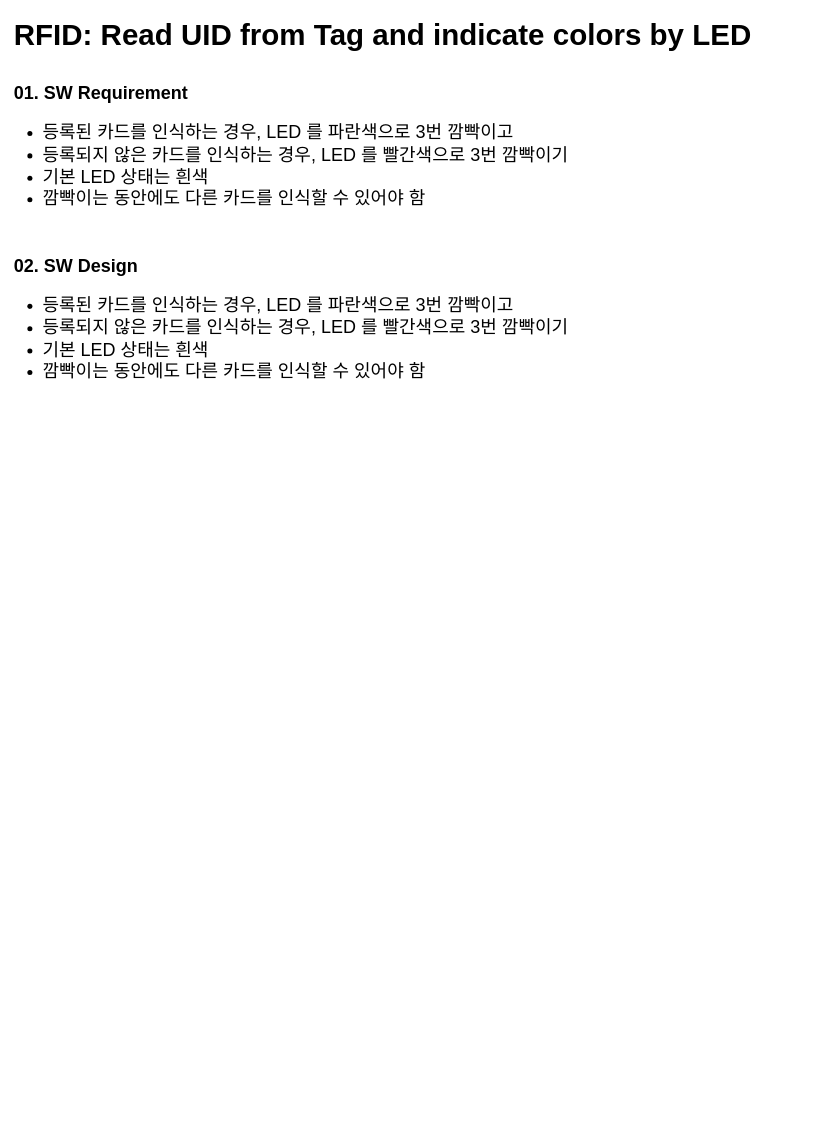
Before: RFID_LED.drawio in JangHyeongJun-0523/IoT_Project, a draw.io diagram. Source tidied: cells renumbered, new cells numbered last; positions are measured from the earlier drawing's top-left corner, leaving out a move shared by most shapes. Both pictures are drawn from the tidied source at 72%, with x=0, y=0 at pixel (12, 12).
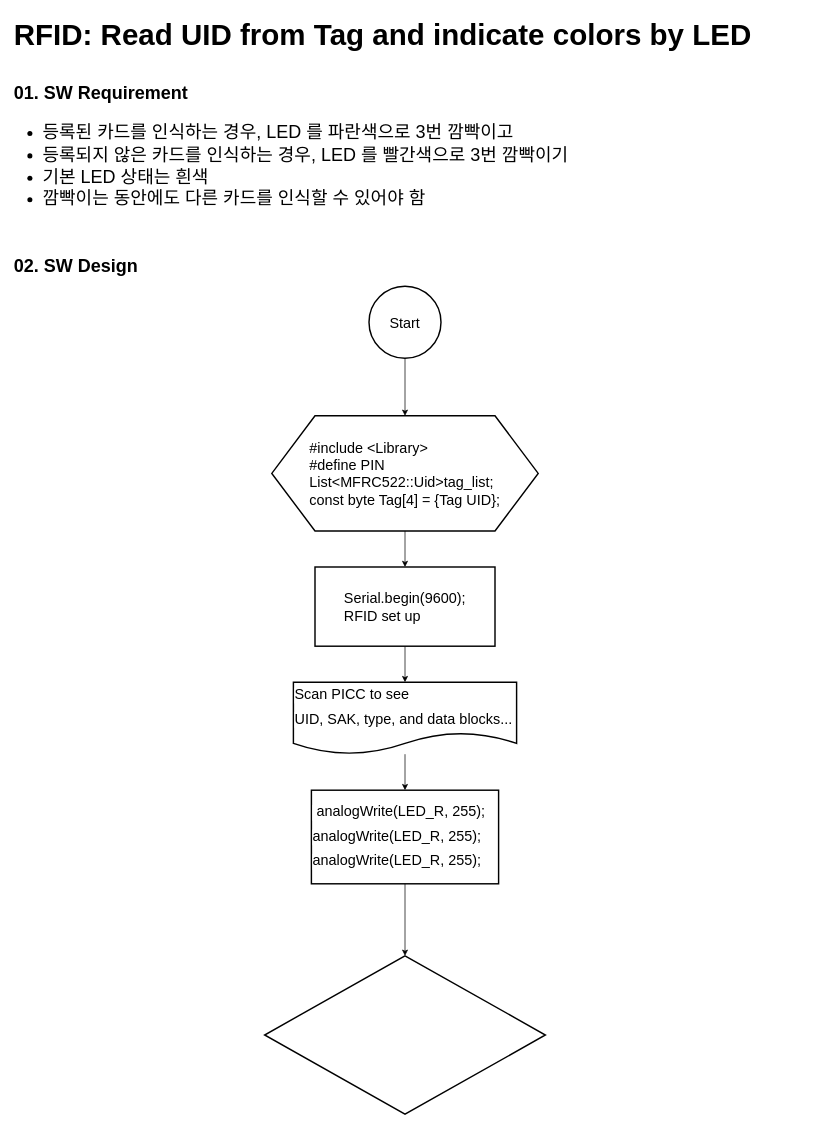
After the change.

The edit, as a diff of the source:
```diff
@@
 <mxGraphModel>
   <root>
     <mxCell id="0" />
     <mxCell id="1" parent="0" />
-    <mxCell id="2" value="&lt;span style=&quot;font-size: 25px; font-weight: 700;&quot;&gt;01. SW Requirement&lt;br&gt;&lt;/span&gt;&lt;h1 style=&quot;margin-top: 0px;&quot;&gt;&lt;ul&gt;&lt;li&gt;&lt;span style=&quot;font-size: 25px; font-weight: 400;&quot;&gt;등록된 카드를 인식하는 경우, LED 를 파란색으로 3번 깜빡이고&lt;/span&gt;&lt;/li&gt;&lt;li&gt;&lt;span style=&quot;font-size: 25px; font-weight: 400;&quot;&gt;등록되지 않은 카드를 인식하는 경우, LED 를 빨간색으로 3번 깜빡이기&lt;/span&gt;&lt;/li&gt;&lt;li&gt;&lt;span style=&quot;font-size: 25px; font-weight: 400;&quot;&gt;기본 LED 상태는 흰색&lt;/span&gt;&lt;/li&gt;&lt;li&gt;&lt;span style=&quot;font-size: 25px; font-weight: 400;&quot;&gt;깜빡이는 동안에도 다른 카드를 인식할 수 있어야 함&lt;/span&gt;&lt;/li&gt;&lt;/ul&gt;&lt;/h1&gt;" style="text;html=1;whiteSpace=wrap;overflow=hidden;rounded=0;" parent="1" vertex="1">
+    <mxCell id="2" value="&lt;span style=&quot;font-size: 25px; font-weight: 700;&quot;&gt;01. SW Requirement&lt;br&gt;&lt;/span&gt;&lt;h1 style=&quot;margin-top: 0px;&quot;&gt;&lt;ul&gt;&lt;li&gt;&lt;span style=&quot;font-size: 25px; font-weight: 400;&quot;&gt;등록된 카드를 인식하는 경우, LED 를 파란색으로 3번 깜빡이고&lt;/span&gt;&lt;/li&gt;&lt;li&gt;&lt;span style=&quot;font-size: 25px; font-weight: 400;&quot;&gt;등록되지 않은 카드를 인식하는 경우, LED 를 빨간색으로 3번 깜빡이기&lt;/span&gt;&lt;/li&gt;&lt;li&gt;&lt;span style=&quot;font-size: 25px; font-weight: 400;&quot;&gt;기본 LED 상태는 흰색&lt;/span&gt;&lt;/li&gt;&lt;li&gt;&lt;span style=&quot;font-size: 25px; font-weight: 400;&quot;&gt;깜빡이는 동안에도 다른 카드를 인식할 수 있어야 함&lt;/span&gt;&lt;/li&gt;&lt;/ul&gt;&lt;/h1&gt;" style="text;html=1;whiteSpace=wrap;overflow=hidden;rounded=0;labelBackgroundColor=none;" parent="1" vertex="1">
       <mxGeometry y="90" width="790" height="190" as="geometry" />
     </mxCell>
-    <mxCell id="3" value="&lt;span style=&quot;font-size: 25px; font-weight: 700;&quot;&gt;02. SW Design&lt;br&gt;&lt;/span&gt;&lt;h1 style=&quot;margin-top: 0px;&quot;&gt;&lt;ul&gt;&lt;li&gt;&lt;span style=&quot;font-size: 25px; font-weight: 400;&quot;&gt;등록된 카드를 인식하는 경우, LED 를 파란색으로 3번 깜빡이고&lt;/span&gt;&lt;/li&gt;&lt;li&gt;&lt;span style=&quot;font-size: 25px; font-weight: 400;&quot;&gt;등록되지 않은 카드를 인식하는 경우, LED 를 빨간색으로 3번 깜빡이기&lt;/span&gt;&lt;/li&gt;&lt;li&gt;&lt;span style=&quot;font-size: 25px; font-weight: 400;&quot;&gt;기본 LED 상태는 흰색&lt;/span&gt;&lt;/li&gt;&lt;li&gt;&lt;span style=&quot;font-size: 25px; font-weight: 400;&quot;&gt;깜빡이는 동안에도 다른 카드를 인식할 수 있어야 함&lt;/span&gt;&lt;/li&gt;&lt;/ul&gt;&lt;/h1&gt;" style="text;html=1;whiteSpace=wrap;overflow=hidden;rounded=0;" parent="1" vertex="1">
-      <mxGeometry y="330" width="790" height="190" as="geometry" />
+    <mxCell id="3" value="&lt;span style=&quot;font-size: 25px; font-weight: 700;&quot;&gt;02. SW Design&lt;/span&gt;" style="text;html=1;whiteSpace=wrap;overflow=hidden;rounded=0;labelBackgroundColor=none;" parent="1" vertex="1">
+      <mxGeometry y="330" width="790" height="50" as="geometry" />
     </mxCell>
-    <mxCell id="4" value="&lt;h1 style=&quot;margin-top: 0px;&quot;&gt;&lt;span style=&quot;font-size: 41px;&quot;&gt;RFID: Read UID from Tag and indicate colors by LED&lt;/span&gt;&lt;/h1&gt;" style="text;html=1;whiteSpace=wrap;overflow=hidden;rounded=0;" parent="1" vertex="1">
+    <mxCell id="4" value="&lt;h1 style=&quot;margin-top: 0px;&quot;&gt;&lt;span style=&quot;font-size: 41px;&quot;&gt;RFID: Read UID from Tag and indicate colors by LED&lt;/span&gt;&lt;/h1&gt;" style="text;html=1;whiteSpace=wrap;overflow=hidden;rounded=0;labelBackgroundColor=none;" parent="1" vertex="1">
       <mxGeometry width="1100" height="70" as="geometry" />
     </mxCell>
+    <mxCell id="5" style="edgeStyle=orthogonalEdgeStyle;rounded=0;jettySize=auto;html=1;labelBackgroundColor=none;fontColor=default;" parent="1" edge="1" source="6" target="8">
+      <mxGeometry relative="1" as="geometry" />
+    </mxCell>
+    <mxCell id="6" value="&lt;font style=&quot;font-size: 20px;&quot;&gt;Start&lt;/font&gt;" style="strokeWidth=2;html=1;shape=mxgraph.flowchart.start_2;whiteSpace=wrap;labelBackgroundColor=none;rounded=0;" parent="1" vertex="1">
+      <mxGeometry x="495" y="380" width="100" height="100" as="geometry" />
+    </mxCell>
+    <mxCell id="7" style="edgeStyle=orthogonalEdgeStyle;rounded=0;jettySize=auto;html=1;labelBackgroundColor=none;fontColor=default;" parent="1" edge="1" source="8" target="10">
+      <mxGeometry relative="1" as="geometry" />
+    </mxCell>
+    <mxCell id="8" value="&lt;div style=&quot;text-align: left;&quot;&gt;&lt;span style=&quot;font-size: 20px; background-color: initial;&quot;&gt;#include &amp;lt;Library&lt;/span&gt;&lt;span style=&quot;font-size: 20px; background-color: initial;&quot;&gt;&amp;gt;&lt;/span&gt;&lt;/div&gt;&lt;div style=&quot;text-align: left;&quot;&gt;&lt;font style=&quot;font-size: 20px;&quot;&gt;#define PIN&lt;br&gt;&lt;/font&gt;&lt;/div&gt;&lt;div style=&quot;text-align: left;&quot;&gt;&lt;font style=&quot;font-size: 20px;&quot;&gt;List&amp;lt;MFRC522::Uid&amp;gt;tag_list;&lt;/font&gt;&lt;/div&gt;&lt;div style=&quot;text-align: left;&quot;&gt;&lt;span style=&quot;font-size: 20px;&quot;&gt;const byte Tag[4] = {Tag UID};&lt;/span&gt;&lt;/div&gt;" style="shape=hexagon;perimeter=hexagonPerimeter2;whiteSpace=wrap;html=1;fixedSize=1;strokeWidth=2;size=59.99999999999977;labelBackgroundColor=none;rounded=0;" parent="1" vertex="1">
+      <mxGeometry x="360" y="560" width="370" height="160" as="geometry" />
+    </mxCell>
+    <mxCell id="9" style="edgeStyle=orthogonalEdgeStyle;rounded=0;jettySize=auto;html=1;" parent="1" edge="1" source="10" target="12">
+      <mxGeometry relative="1" as="geometry" />
+    </mxCell>
+    <mxCell id="10" value="&lt;div style=&quot;text-align: left;&quot;&gt;&lt;div&gt;&lt;span style=&quot;font-size: 20px;&quot;&gt;Serial.begin(9600);&lt;/span&gt;&lt;/div&gt;&lt;div&gt;&lt;span style=&quot;font-size: 20px;&quot;&gt;RFID set up&lt;/span&gt;&lt;/div&gt;&lt;/div&gt;" style="whiteSpace=wrap;html=1;strokeWidth=2;labelBackgroundColor=none;rounded=0;" parent="1" vertex="1">
+      <mxGeometry x="420" y="770" width="250" height="110" as="geometry" />
+    </mxCell>
+    <mxCell id="11" style="edgeStyle=orthogonalEdgeStyle;rounded=0;jettySize=auto;html=1;" parent="1" edge="1" source="12" target="14">
+      <mxGeometry relative="1" as="geometry" />
+    </mxCell>
+    <mxCell id="12" value="&lt;p style=&quot;background-color: rgb(255, 255, 255); line-height: 19px; white-space: pre;&quot;&gt;&lt;font face=&quot;Helvetica&quot; style=&quot;font-size: 20px;&quot;&gt;Scan PICC to see &lt;/font&gt;&lt;/p&gt;&lt;p style=&quot;background-color: rgb(255, 255, 255); line-height: 19px; white-space: pre;&quot;&gt;&lt;font face=&quot;Helvetica&quot; style=&quot;font-size: 20px;&quot;&gt;UID, SAK, type, and data blocks...&lt;/font&gt;&lt;/p&gt;" style="shape=document;whiteSpace=wrap;html=1;boundedLbl=1;strokeWidth=2;labelBackgroundColor=none;rounded=0;align=left;" parent="1" vertex="1">
+      <mxGeometry x="390" y="930" width="310" height="100" as="geometry" />
+    </mxCell>
+    <mxCell id="13" style="edgeStyle=orthogonalEdgeStyle;rounded=0;jettySize=auto;html=1;" parent="1" edge="1" source="14" target="15">
+      <mxGeometry relative="1" as="geometry" />
+    </mxCell>
+    <mxCell id="14" value="&lt;p style=&quot;forced-color-adjust: none; color: rgb(0, 0, 0); font-family: Helvetica; font-style: normal; font-variant-ligatures: normal; font-variant-caps: normal; font-weight: 400; letter-spacing: normal; orphans: 2; text-align: left; text-indent: 0px; text-transform: none; widows: 2; word-spacing: 0px; -webkit-text-stroke-width: 0px; text-decoration-thickness: initial; text-decoration-style: initial; text-decoration-color: initial; background-color: rgb(255, 255, 255); line-height: 19px; white-space: pre;&quot;&gt;&lt;span style=&quot;font-size: 20px;&quot;&gt; analogWrite(LED_R, 255);&lt;/span&gt;&lt;br&gt;&lt;/p&gt;&lt;p style=&quot;forced-color-adjust: none; color: rgb(0, 0, 0); font-family: Helvetica; font-style: normal; font-variant-ligatures: normal; font-variant-caps: normal; font-weight: 400; letter-spacing: normal; orphans: 2; text-align: left; text-indent: 0px; text-transform: none; widows: 2; word-spacing: 0px; -webkit-text-stroke-width: 0px; text-decoration-thickness: initial; text-decoration-style: initial; text-decoration-color: initial; background-color: rgb(255, 255, 255); line-height: 19px; white-space: pre;&quot;&gt;&lt;span style=&quot;font-size: 20px;&quot;&gt;analogWrite(LED_R, 255);&lt;/span&gt;&lt;span style=&quot;font-size: 20px;&quot;&gt;&lt;br&gt;&lt;/span&gt;&lt;/p&gt;&lt;p style=&quot;forced-color-adjust: none; color: rgb(0, 0, 0); font-family: Helvetica; font-style: normal; font-variant-ligatures: normal; font-variant-caps: normal; font-weight: 400; letter-spacing: normal; orphans: 2; text-align: left; text-indent: 0px; text-transform: none; widows: 2; word-spacing: 0px; -webkit-text-stroke-width: 0px; text-decoration-thickness: initial; text-decoration-style: initial; text-decoration-color: initial; background-color: rgb(255, 255, 255); line-height: 19px; white-space: pre;&quot;&gt;&lt;span style=&quot;font-size: 20px;&quot;&gt;analogWrite(LED_R, 255);&lt;/span&gt;&lt;span style=&quot;font-size: 20px;&quot;&gt;&lt;br&gt;&lt;/span&gt;&lt;/p&gt;" style="whiteSpace=wrap;html=1;align=left;strokeWidth=2;labelBackgroundColor=none;rounded=0;" parent="1" vertex="1">
+      <mxGeometry x="415" y="1080" width="260" height="130" as="geometry" />
+    </mxCell>
+    <mxCell id="15" style="rhombus;whiteSpace=wrap;html=1;align=left;strokeWidth=2;labelBackgroundColor=none;rounded=0;" parent="1" vertex="1">
+      <mxGeometry x="350" y="1310" width="390" height="220" as="geometry" />
+    </mxCell>
   </root>
 </mxGraphModel>
```
